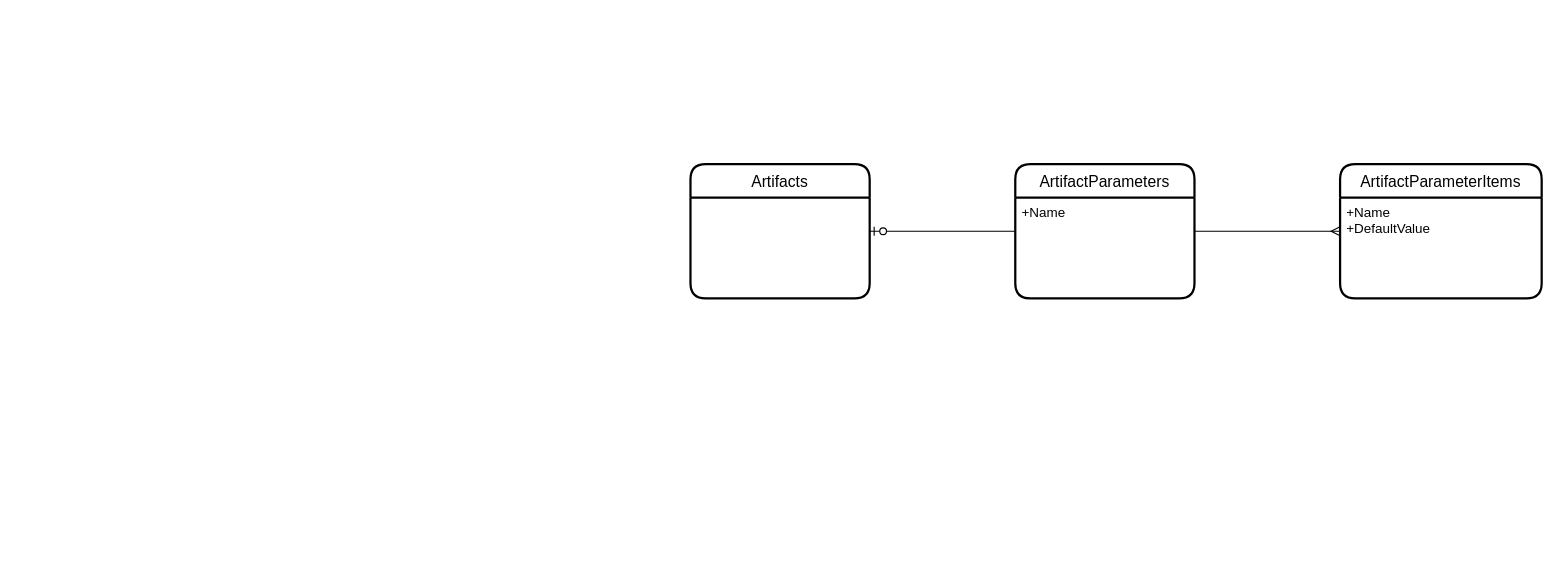
Earlier version of the draw.io diagram Deliveries Models.drawio (chavp/data-modeling). Source tidied: cells renumbered, new cells numbered last; positions are measured from the earlier drawing's top-left corner, leaving out a move shared by most shapes. Both pictures are drawn from the tidied source at 112%, with x=0, y=0 at pixel (690, 164).
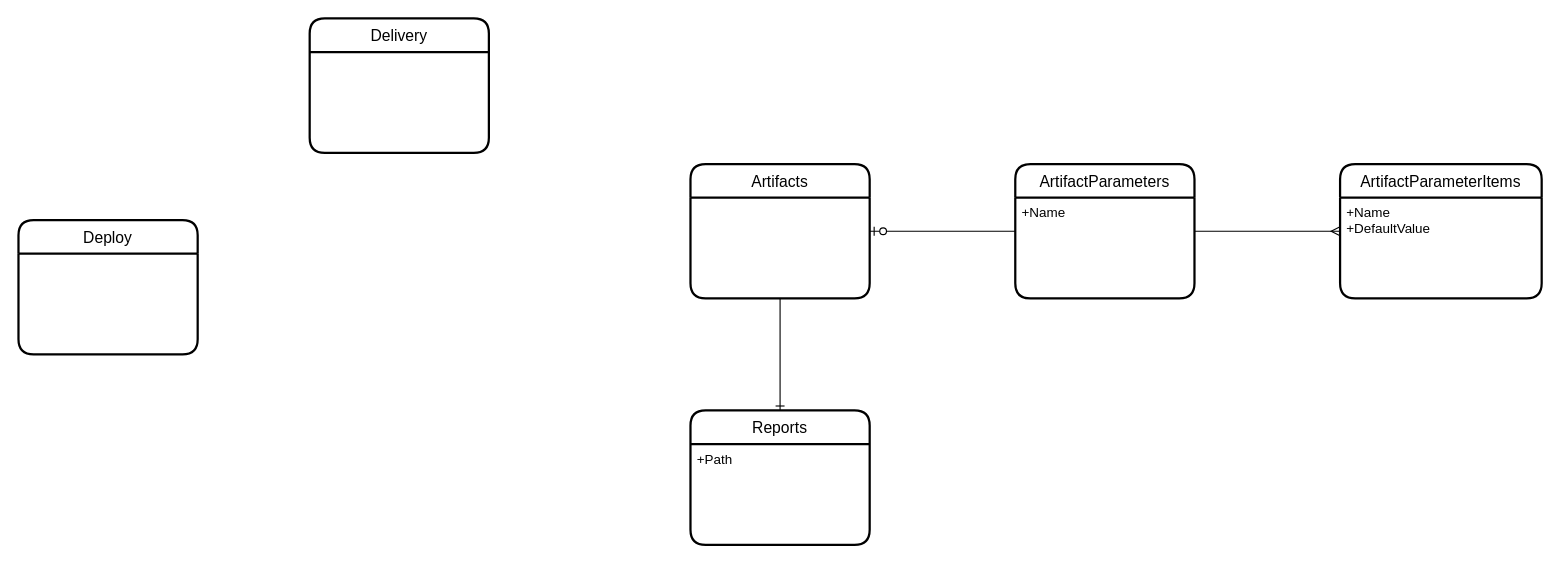
The same diagram, later.

Diff of the diagram source:
```diff
@@
 <mxGraphModel>
   <root>
     <mxCell id="0" />
     <mxCell id="1" parent="0" />
     <mxCell id="2" style="edgeStyle=entityRelationEdgeStyle;fontSize=12;html=1;endArrow=ERzeroToOne;endFill=1;" parent="1" edge="1" source="7" target="3">
       <mxGeometry relative="1" as="geometry" />
     </mxCell>
+    <mxCell id="6" style="edgeStyle=entityRelationEdgeStyle;fontSize=12;html=1;endArrow=ERmany;" parent="1" edge="1" source="7" target="4">
+      <mxGeometry relative="1" as="geometry" />
+    </mxCell>
     <mxCell id="3" value="Artifacts" style="swimlane;horizontal=1;startSize=30;rounded=1;fontSize=14;fontStyle=0;strokeWidth=2;shadow=0;dashed=0;align=center;" parent="1" vertex="1">
       <mxGeometry width="160" height="120" as="geometry" />
     </mxCell>
     <mxCell id="4" value="ArtifactParameterItems" style="swimlane;horizontal=1;startSize=30;rounded=1;fontSize=14;fontStyle=0;strokeWidth=2;shadow=0;dashed=0;align=center;" parent="1" vertex="1">
       <mxGeometry x="580" width="180" height="120" as="geometry" />
     </mxCell>
     <mxCell id="5" value="+Name&#10;+DefaultValue&#10;" style="align=left;strokeColor=none;fillColor=none;spacingLeft=4;fontSize=12;verticalAlign=top;" parent="4" vertex="1">
       <mxGeometry y="30" width="180" height="90" as="geometry" />
     </mxCell>
-    <mxCell id="6" style="edgeStyle=entityRelationEdgeStyle;fontSize=12;html=1;endArrow=ERmany;" parent="1" edge="1" source="7" target="4">
-      <mxGeometry relative="1" as="geometry" />
-    </mxCell>
     <mxCell id="7" value="ArtifactParameters" style="swimlane;horizontal=1;startSize=30;rounded=1;fontSize=14;fontStyle=0;strokeWidth=2;shadow=0;dashed=0;align=center;" parent="1" vertex="1">
       <mxGeometry x="290" width="160" height="120" as="geometry" />
     </mxCell>
     <mxCell id="8" value="+Name&#10;&#10;" style="align=left;strokeColor=none;fillColor=none;spacingLeft=4;fontSize=12;verticalAlign=top;" parent="7" vertex="1">
       <mxGeometry y="30" width="160" height="90" as="geometry" />
     </mxCell>
+    <mxCell id="9" value="Delivery" style="swimlane;horizontal=1;startSize=30;rounded=1;fontSize=14;fontStyle=0;strokeWidth=2;shadow=0;dashed=0;align=center;" parent="1" vertex="1">
+      <mxGeometry x="-340" y="-130" width="160" height="120" as="geometry" />
+    </mxCell>
+    <mxCell id="10" value="Deploy" style="swimlane;horizontal=1;startSize=30;rounded=1;fontSize=14;fontStyle=0;strokeWidth=2;shadow=0;dashed=0;align=center;" parent="1" vertex="1">
+      <mxGeometry x="-600" y="50" width="160" height="120" as="geometry" />
+    </mxCell>
+    <mxCell id="11" style="edgeStyle=orthogonalEdgeStyle;fontSize=12;html=1;endArrow=ERone;endFill=1;" parent="1" edge="1" source="3" target="12">
+      <mxGeometry relative="1" as="geometry" />
+    </mxCell>
+    <mxCell id="12" value="Reports" style="swimlane;horizontal=1;startSize=30;rounded=1;fontSize=14;fontStyle=0;strokeWidth=2;shadow=0;dashed=0;align=center;" parent="1" vertex="1">
+      <mxGeometry y="220" width="160" height="120" as="geometry" />
+    </mxCell>
+    <mxCell id="13" value="+Path&#10;&#10;" style="align=left;strokeColor=none;fillColor=none;spacingLeft=4;fontSize=12;verticalAlign=top;" parent="12" vertex="1">
+      <mxGeometry y="30" width="160" height="90" as="geometry" />
+    </mxCell>
   </root>
 </mxGraphModel>
```
